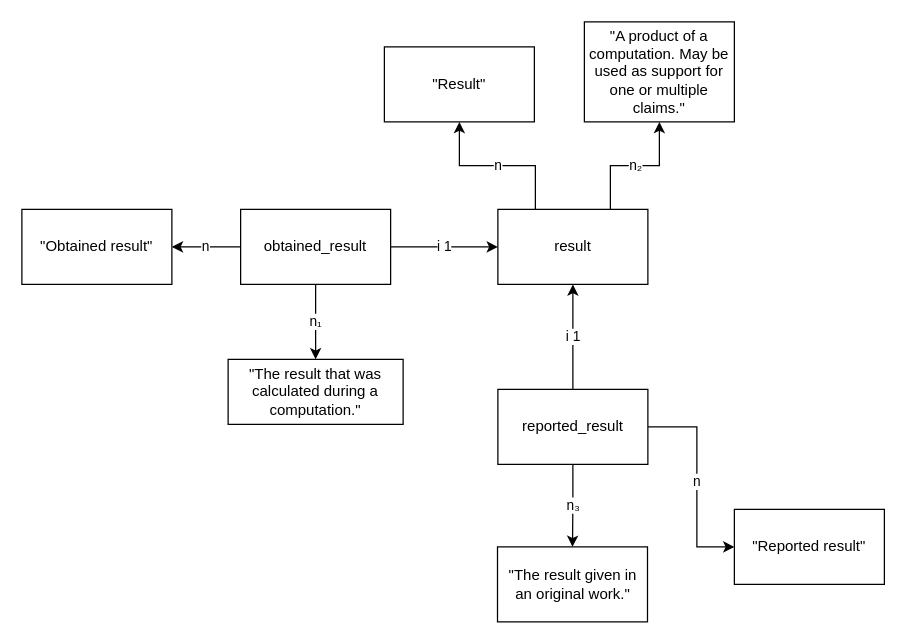
nicebread/scientific_errors keeps this draw.io diagram as page "08-result" (9 of 11) of model-analysis-errors.drawio. Above is the earlier version. Source tidied: cells renumbered, new cells numbered last; positions are measured from the earlier drawing's top-left corner, leaving out a move shared by most shapes. Both pictures are drawn from the tidied source at 125%, with x=0, y=0 at pixel (21, 21).
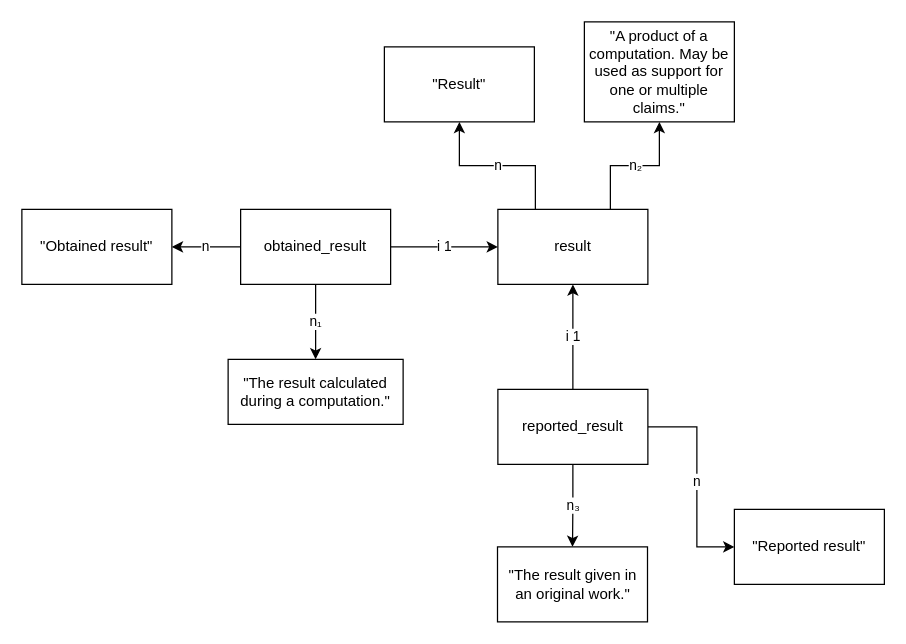
The same page after the edit.

Commit message:
Simplify definition of obtained result

Diff of the diagram source:
```diff
@@
-    <mxCell id="14" value="&quot;The result that was calculated during a computation.&quot;" style="rounded=0;whiteSpace=wrap;html=1;" parent="1" vertex="1">
+    <mxCell id="14" value="&quot;The result calculated during a computation.&quot;" style="rounded=0;whiteSpace=wrap;html=1;" parent="1" vertex="1">
       <mxGeometry x="165" y="270" width="140" height="52" as="geometry" />
     </mxCell>
```
